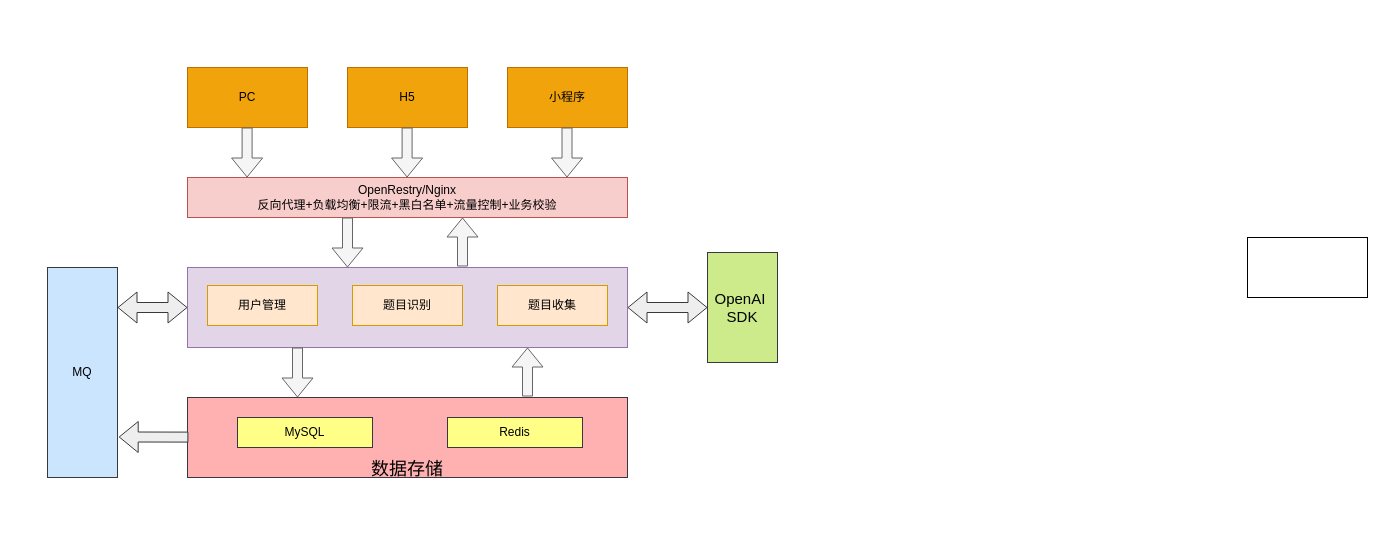
This is 未命名绘图.drawio from wangzhenyi804/3ho, a draw.io file, before an edit. Source tidied: cells renumbered, new cells numbered last; positions are measured from the earlier drawing's top-left corner, leaving out a move shared by most shapes. Both pictures are drawn from the tidied source at 100%, with x=0, y=0 at pixel (47, 67).
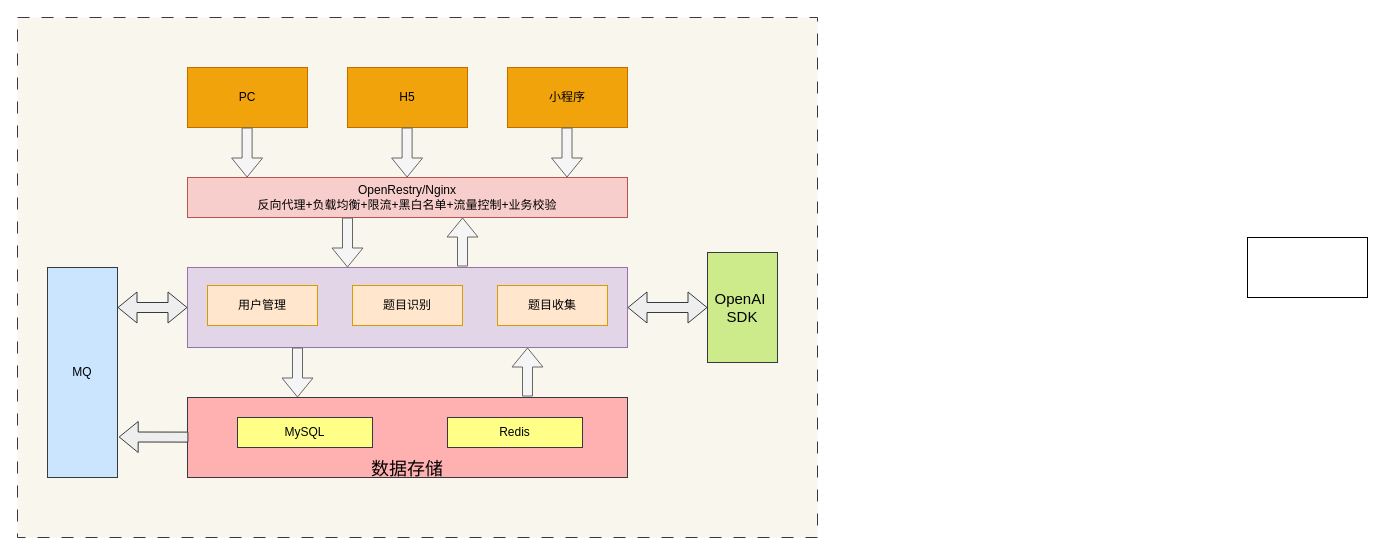
The same page after the edit.

Commit message:
SolvingKing系统架构设计.drawio

Diff of the diagram source:
```diff
@@
+    <mxCell id="26" style="whiteSpace=wrap;html=1;fillColor=#f9f7ed;dashed=1;dashPattern=12 12;strokeColor=#36393d;" parent="1" vertex="1">
+      <mxGeometry x="-30" y="-50" width="800" height="520" as="geometry" />
+    </mxCell>
```
